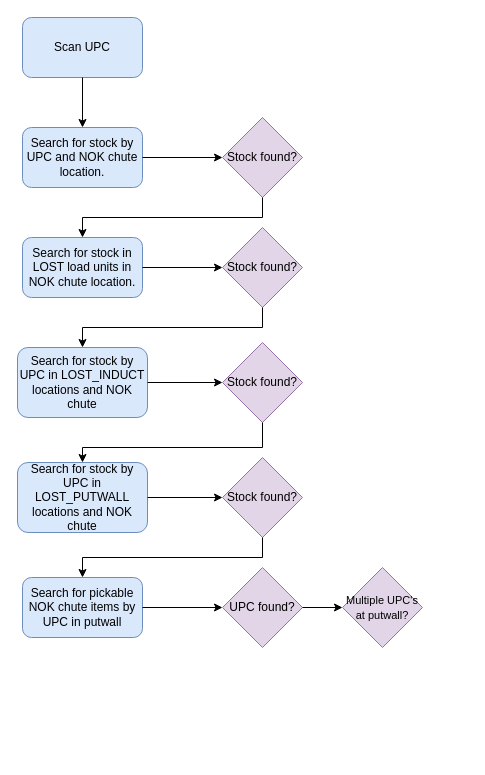
This is Untitled Diagram.drawio from itzelvigil/RepositorioPrueba, a draw.io file, before an edit. Source tidied: cells renumbered, new cells numbered last; positions are measured from the earlier drawing's top-left corner, leaving out a move shared by most shapes. Both pictures are drawn from the tidied source at 100%, with x=0, y=0 at pixel (17, 17).
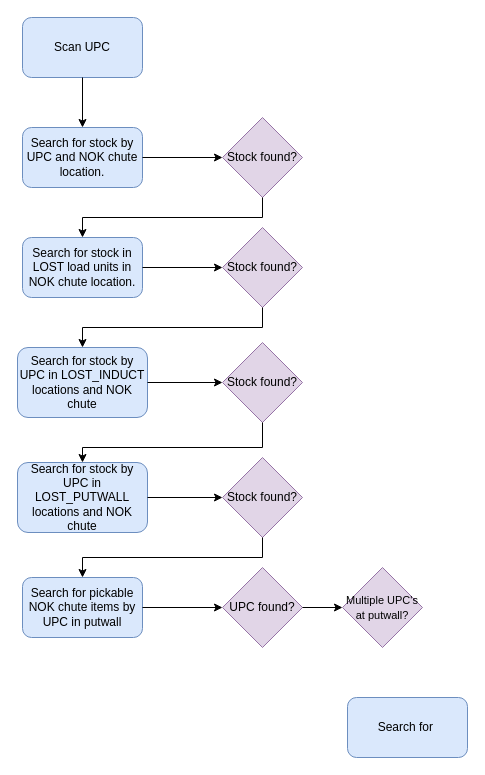
The same page after the edit.

The edit, as a diff of the source:
```diff
@@
+    <mxCell id="25" value="Search for&amp;nbsp;" style="rounded=1;whiteSpace=wrap;html=1;fillColor=#dae8fc;strokeColor=#6c8ebf;" parent="1" vertex="1">
+      <mxGeometry x="330" y="680" width="120" height="60" as="geometry" />
+    </mxCell>
```
